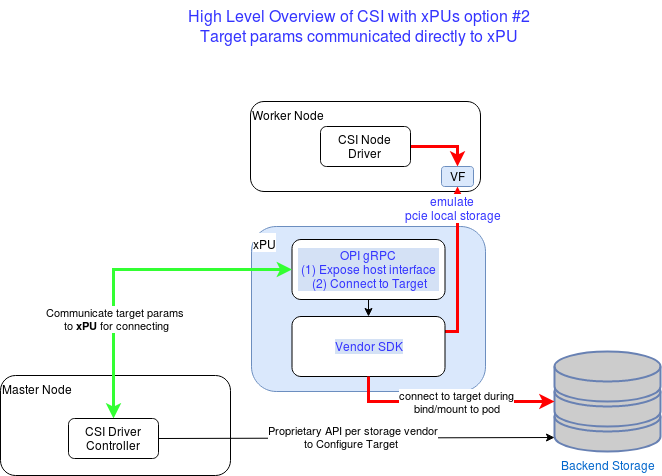
Above: doc/images/CSI-With-xPU-option2.png in tedstreete/opi-api (draw.io), before the change. Source tidied: cells renumbered, new cells last; positions are measured from the earlier drawing's top-left corner, leaving out a move shared by most shapes. Its diagram source:
```xml
<mxGraphModel>
  <root>
    <mxCell id="0" />
    <mxCell id="1" parent="0" />
    <mxCell id="2" value="Backend Storage" style="fontColor=#0066CC;verticalAlign=top;verticalLabelPosition=bottom;labelPosition=center;align=center;html=1;outlineConnect=0;fillColor=#CCCCCC;strokeColor=#6881B3;gradientColor=none;gradientDirection=north;strokeWidth=2;shape=mxgraph.networks.storage;" parent="1" vertex="1">
      <mxGeometry x="554" y="351" width="106" height="100" as="geometry" />
    </mxCell>
    <mxCell id="3" value="Worker Node" style="rounded=1;whiteSpace=wrap;html=1;verticalAlign=top;align=left;" parent="1" vertex="1">
      <mxGeometry x="250" y="101" width="230" height="90" as="geometry" />
    </mxCell>
    <mxCell id="4" value="Master Node" style="rounded=1;whiteSpace=wrap;html=1;verticalAlign=top;align=left;" parent="1" vertex="1">
      <mxGeometry y="375" width="230" height="100" as="geometry" />
    </mxCell>
    <mxCell id="5" style="edgeStyle=orthogonalEdgeStyle;rounded=0;jettySize=auto;html=1;exitX=1;exitY=0.5;exitDx=0;exitDy=0;entryX=0.5;entryY=0;entryDx=0;entryDy=0;strokeColor=#FF0000;strokeWidth=3;fontSize=12;fontColor=#3333FF;" parent="1" edge="1" source="6" target="15">
      <mxGeometry relative="1" as="geometry" />
    </mxCell>
    <mxCell id="6" value="CSI Node&lt;br&gt;Driver" style="rounded=1;whiteSpace=wrap;html=1;" parent="1" vertex="1">
      <mxGeometry x="320" y="126" width="90" height="40" as="geometry" />
    </mxCell>
    <mxCell id="7" style="endArrow=classic;html=1;rounded=0;exitX=1;exitY=0.5;exitDx=0;exitDy=0;entryX=0;entryY=0.86;entryDx=0;entryDy=0;entryPerimeter=0;" parent="1" edge="1" source="20" target="2">
      <mxGeometry relative="1" as="geometry" />
    </mxCell>
    <mxCell id="8" value="Proprietary API per storage vendor&lt;br&gt;to Configure Target&amp;nbsp;" style="edgeLabel;html=1;align=center;verticalAlign=middle;labelBorderColor=none;" parent="7" vertex="1">
      <mxGeometry x="-0.18" y="-1" relative="1" as="geometry">
        <mxPoint x="31" y="-2" as="offset" />
      </mxGeometry>
    </mxCell>
    <mxCell id="9" value="High Level Overview of CSI with xPUs option #2&lt;br&gt;Target params communicated directly to xPU" style="text;html=1;align=center;verticalAlign=middle;strokeColor=none;fillColor=none;fontSize=16;fontStyle=0;fontColor=#3333FF;" parent="1" vertex="1">
      <mxGeometry x="178" width="360" height="50" as="geometry" />
    </mxCell>
    <mxCell id="10" value="&lt;font style=&quot;font-size: 12px;&quot;&gt;xPU&lt;/font&gt;" style="rounded=1;whiteSpace=wrap;html=1;labelBorderColor=none;fontSize=16;verticalAlign=top;align=left;labelBackgroundColor=default;fillColor=#dae8fc;strokeColor=#6c8ebf;" parent="1" vertex="1">
      <mxGeometry x="251" y="226" width="234" height="165" as="geometry" />
    </mxCell>
    <mxCell id="11" value="OPI gRPC&lt;br&gt;&amp;nbsp;(1) Expose host interface&amp;nbsp;&lt;br&gt;&amp;nbsp;(2) Connect to Target" style="rounded=1;whiteSpace=wrap;html=1;labelBackgroundColor=#D4E1F5;labelBorderColor=none;fontSize=12;fontColor=#3333FF;" parent="1" vertex="1">
      <mxGeometry x="291.5" y="239" width="153" height="60" as="geometry" />
    </mxCell>
    <mxCell id="12" value="emulate&lt;br&gt;pcie local storage" style="edgeStyle=orthogonalEdgeStyle;rounded=0;jettySize=auto;html=1;exitX=1;exitY=0.25;exitDx=0;exitDy=0;entryX=0.5;entryY=1;entryDx=0;entryDy=0;fontSize=12;fontColor=#3333FF;strokeColor=#FF0000;strokeWidth=3;" parent="1" edge="1" source="13" target="15">
      <mxGeometry x="0.72" y="5" relative="1" as="geometry">
        <Array as="points">
          <mxPoint x="457" y="331" />
        </Array>
      </mxGeometry>
    </mxCell>
    <mxCell id="13" value="Vendor SDK" style="rounded=1;whiteSpace=wrap;html=1;labelBackgroundColor=#D4E1F5;labelBorderColor=none;fontSize=12;fontColor=#3333FF;" parent="1" vertex="1">
      <mxGeometry x="291.5" y="316" width="153" height="60" as="geometry" />
    </mxCell>
    <mxCell id="14" style="endArrow=classic;html=1;rounded=0;fontSize=12;fontColor=#3333FF;exitX=0.5;exitY=1;exitDx=0;exitDy=0;" parent="1" edge="1" source="11" target="13">
      <mxGeometry relative="1" as="geometry" />
    </mxCell>
    <mxCell id="15" value="VF" style="rounded=1;whiteSpace=wrap;html=1;labelBackgroundColor=none;labelBorderColor=none;fontSize=12;fillColor=#dae8fc;strokeColor=#6c8ebf;" parent="1" vertex="1">
      <mxGeometry x="441" y="166" width="32" height="20" as="geometry" />
    </mxCell>
    <mxCell id="16" style="edgeStyle=orthogonalEdgeStyle;elbow=horizontal;endArrow=classic;html=1;rounded=0;strokeColor=#FF0000;strokeWidth=3;exitX=0.5;exitY=1;exitDx=0;exitDy=0;" parent="1" edge="1" source="13" target="2">
      <mxGeometry relative="1" as="geometry" />
    </mxCell>
    <mxCell id="17" value="connect to target during&lt;br&gt;bind/mount to pod" style="edgeLabel;html=1;align=center;verticalAlign=middle;" parent="16" vertex="1">
      <mxGeometry x="0.07" y="-4" relative="1" as="geometry">
        <mxPoint x="-1" y="-4" as="offset" />
      </mxGeometry>
    </mxCell>
    <mxCell id="18" style="endArrow=classic;startArrow=classic;html=1;rounded=0;edgeStyle=orthogonalEdgeStyle;entryX=0;entryY=0.5;entryDx=0;entryDy=0;exitX=0.5;exitY=0;exitDx=0;exitDy=0;strokeColor=#33FF33;strokeWidth=3;" parent="1" edge="1" source="20" target="11">
      <mxGeometry relative="1" as="geometry" />
    </mxCell>
    <mxCell id="19" value="Communicate target params&amp;nbsp;&lt;br&gt;to &lt;b&gt;xPU &lt;/b&gt;for connecting" style="edgeLabel;html=1;align=center;verticalAlign=middle;" parent="18" vertex="1">
      <mxGeometry x="0.21" relative="1" as="geometry">
        <mxPoint x="-48" y="49" as="offset" />
      </mxGeometry>
    </mxCell>
    <mxCell id="20" value="CSI Driver&lt;br&gt;Controller" style="rounded=1;whiteSpace=wrap;html=1;" parent="1" vertex="1">
      <mxGeometry x="68" y="418" width="90" height="40" as="geometry" />
    </mxCell>
  </root>
</mxGraphModel>
```
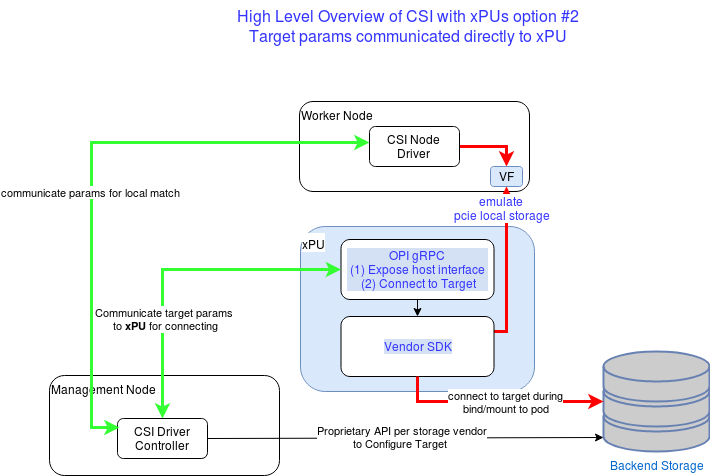
Above is the later version.

What changed in the source:
```diff
@@ -8,7 +8,7 @@
     <mxCell id="3" value="Worker Node" style="rounded=1;whiteSpace=wrap;html=1;verticalAlign=top;align=left;" parent="1" vertex="1">
       <mxGeometry x="250" y="101" width="230" height="90" as="geometry" />
     </mxCell>
-    <mxCell id="4" value="Master Node" style="rounded=1;whiteSpace=wrap;html=1;verticalAlign=top;align=left;" parent="1" vertex="1">
+    <mxCell id="4" value="Management Node" style="rounded=1;whiteSpace=wrap;html=1;verticalAlign=top;align=left;" parent="1" vertex="1">
       <mxGeometry y="375" width="230" height="100" as="geometry" />
     </mxCell>
     <mxCell id="5" style="edgeStyle=orthogonalEdgeStyle;rounded=0;jettySize=auto;html=1;exitX=1;exitY=0.5;exitDx=0;exitDy=0;entryX=0.5;entryY=0;entryDx=0;entryDy=0;strokeColor=#FF0000;strokeWidth=3;fontSize=12;fontColor=#3333FF;" parent="1" edge="1" source="6" target="15">
@@ -69,5 +69,20 @@
     <mxCell id="20" value="CSI Driver&lt;br&gt;Controller" style="rounded=1;whiteSpace=wrap;html=1;" parent="1" vertex="1">
       <mxGeometry x="68" y="418" width="90" height="40" as="geometry" />
     </mxCell>
+    <mxCell id="21" style="endArrow=classic;startArrow=classic;html=1;rounded=0;edgeStyle=orthogonalEdgeStyle;entryX=0;entryY=0.5;entryDx=0;entryDy=0;exitX=0;exitY=0.5;exitDx=0;exitDy=0;strokeColor=#33FF33;strokeWidth=3;" parent="1" edge="1">
+      <mxGeometry relative="1" as="geometry">
+        <mxPoint x="70" y="427" as="sourcePoint" />
+        <mxPoint x="320" y="142" as="targetPoint" />
+        <Array as="points">
+          <mxPoint x="42" y="427" />
+          <mxPoint x="42" y="142" />
+        </Array>
+      </mxGeometry>
+    </mxCell>
+    <mxCell id="22" value="communicate params for local match" style="edgeLabel;html=1;align=center;verticalAlign=middle;" parent="21" vertex="1">
+      <mxGeometry x="0.21" relative="1" as="geometry">
+        <mxPoint x="-48" y="49" as="offset" />
+      </mxGeometry>
+    </mxCell>
   </root>
 </mxGraphModel>
```
